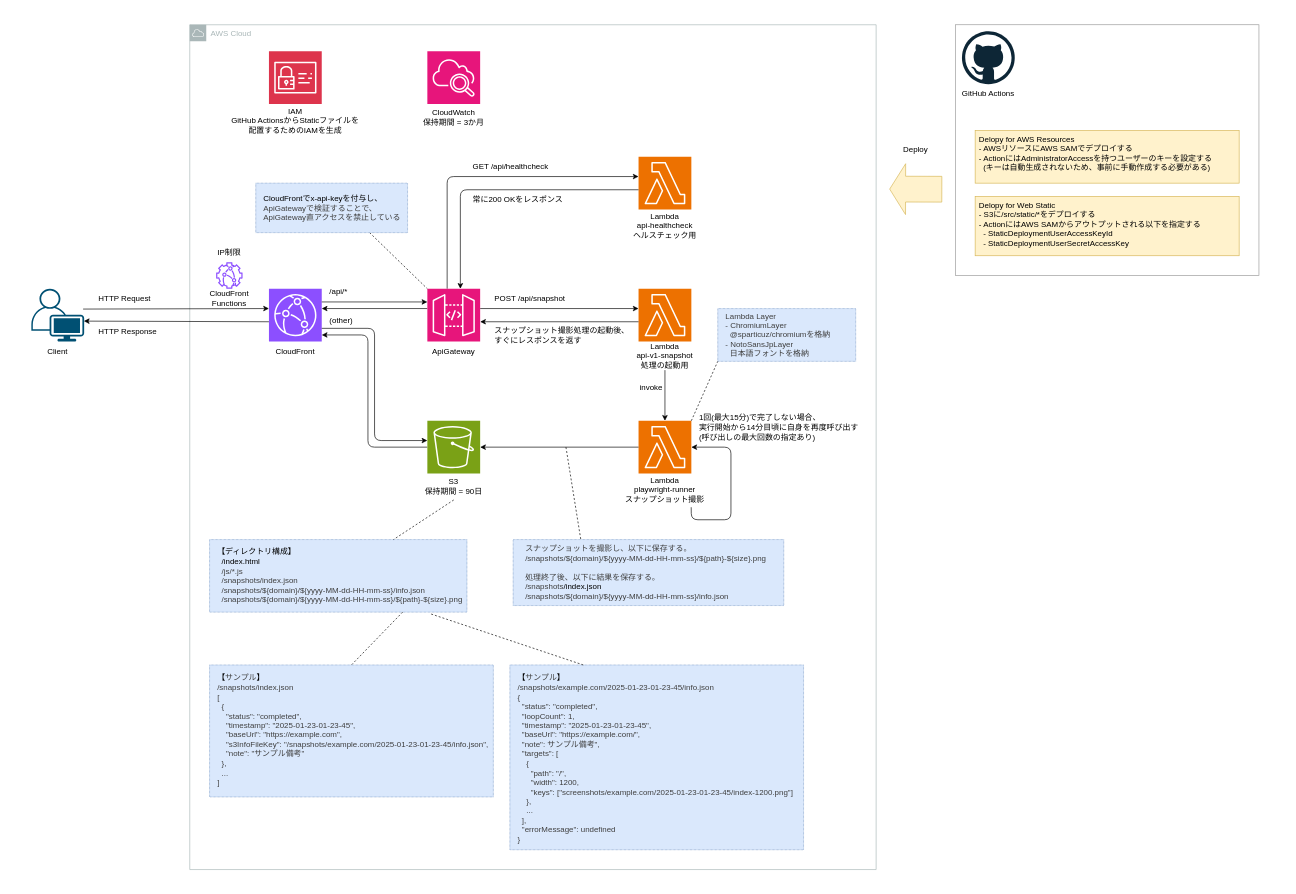
ljourm/lambda-sam-playwright-v2 keeps this draw.io diagram as docs/architecture.drawio. Above is the earlier version. Source tidied: cells renumbered, new cells numbered last; positions are measured from the earlier drawing's top-left corner, leaving out a move shared by most shapes. Both pictures are drawn from the tidied source at 66%, with x=0, y=0 at pixel (11, 11).
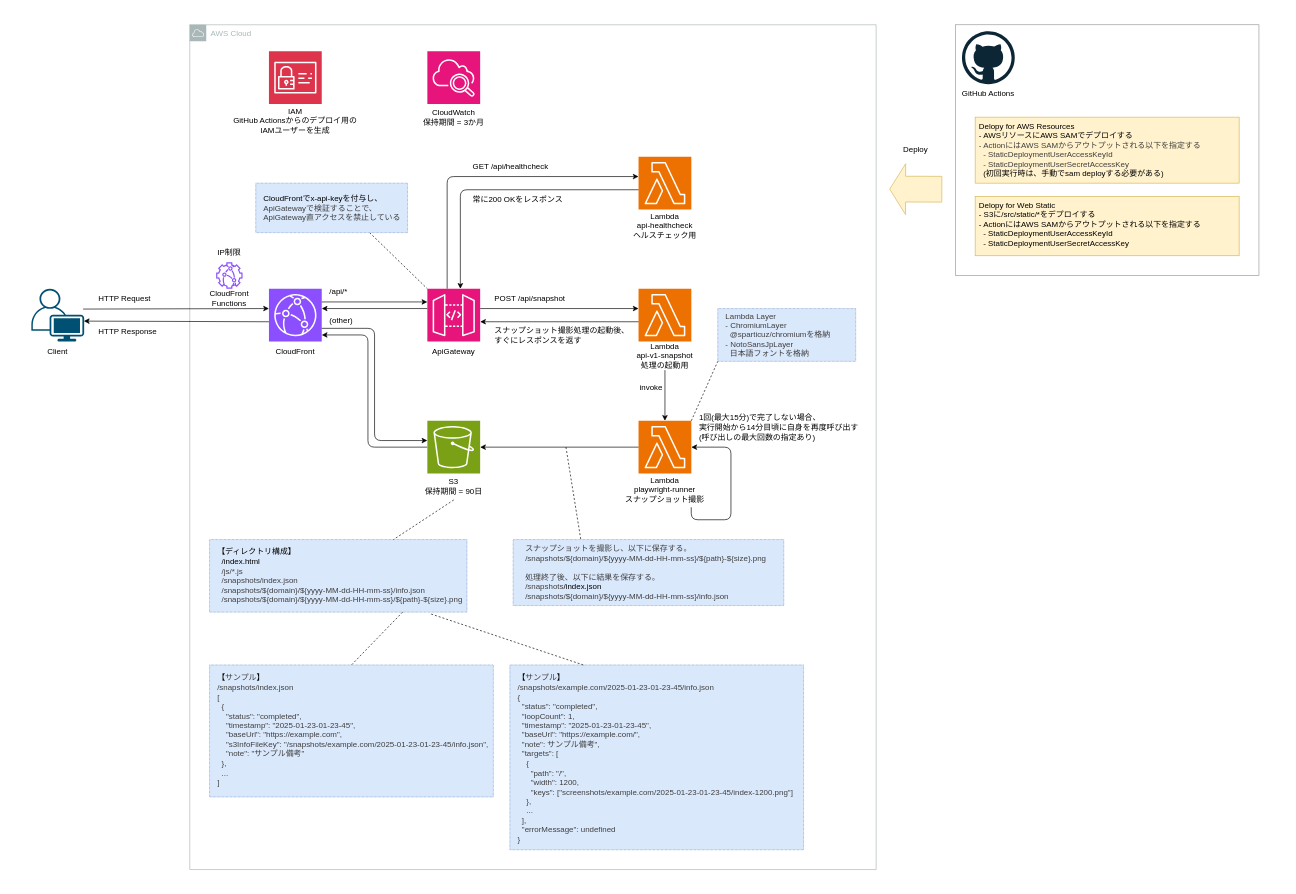
The same diagram, later.

The change refers to these unchanged cells:
```xml
<mxCell id="42" style="group;" parent="1" vertex="1">
  <mxGeometry x="390" y="60" width="140" height="130" as="geometry" />
</mxCell>
```

Diff of the diagram source:
```diff
@@
-    <mxCell id="44" value="&lt;span style=&quot;color: rgb(0, 0, 0);&quot;&gt;IAM&lt;/span&gt;&lt;div&gt;&lt;span style=&quot;color: rgb(0, 0, 0);&quot;&gt;GitHub ActionsからStaticファイルを配置するためのIAMを生成&lt;/span&gt;&lt;/div&gt;" style="text;html=1;align=center;verticalAlign=middle;whiteSpace=wrap;rounded=0;" parent="42" vertex="1">
+    <mxCell id="44" value="&lt;span style=&quot;color: rgb(0, 0, 0);&quot;&gt;IAM&lt;/span&gt;&lt;div&gt;&lt;span style=&quot;color: rgb(0, 0, 0);&quot;&gt;GitHub Actionsからのデプロイ用の&lt;/span&gt;&lt;/div&gt;&lt;div&gt;&lt;span style=&quot;background-color: transparent;&quot;&gt;IAMユーザーを生成&lt;/span&gt;&lt;/div&gt;" style="text;html=1;align=center;verticalAlign=middle;whiteSpace=wrap;rounded=0;" parent="42" vertex="1">
       <mxGeometry x="-60" y="80" width="200" height="50" as="geometry" />
     </mxCell>
@@
-    <mxCell id="71" value="Delopy for AWS Resources&lt;div&gt;- AWSリソースにAWS SAMでデプロイする&lt;/div&gt;&lt;div&gt;- ActionにはAdministratorAccessを持つユーザーのキーを設定する&lt;/div&gt;&lt;div&gt;&amp;nbsp; (キーは自動生成されないため、事前に手動作成する必要がある)&lt;/div&gt;" style="rounded=0;whiteSpace=wrap;html=1;align=left;verticalAlign=top;spacingLeft=4;fillColor=#fff2cc;strokeColor=#d6b656;" parent="1" vertex="1">
-      <mxGeometry x="1460" y="180" width="400" height="80" as="geometry" />
+    <mxCell id="71" value="Delopy for AWS Resources&lt;div&gt;- AWSリソースにAWS SAMでデプロイする&lt;/div&gt;&lt;div&gt;&lt;div style=&quot;color: rgb(63, 63, 63); scrollbar-color: rgb(226, 226, 226) rgb(251, 251, 251);&quot;&gt;- ActionにはAWS SAMからアウトプットされる以下を指定する&lt;/div&gt;&lt;div style=&quot;color: rgb(63, 63, 63); scrollbar-color: rgb(226, 226, 226) rgb(251, 251, 251);&quot;&gt;&amp;nbsp; -&amp;nbsp;&lt;span style=&quot;color: rgb(63, 63, 63); scrollbar-color: rgb(226, 226, 226) rgb(251, 251, 251); background-color: transparent;&quot;&gt;StaticDeploymentUserAccessKeyId&lt;/span&gt;&lt;/div&gt;&lt;div style=&quot;color: rgb(63, 63, 63); scrollbar-color: rgb(226, 226, 226) rgb(251, 251, 251);&quot;&gt;&amp;nbsp; - StaticDeploymentUserSecretAccessKey&lt;/div&gt;&lt;/div&gt;&lt;div&gt;&amp;nbsp; (初回実行時は、手動でsam deployする必要がある)&lt;/div&gt;" style="rounded=0;whiteSpace=wrap;html=1;align=left;verticalAlign=top;spacingLeft=4;fillColor=#fff2cc;strokeColor=#d6b656;" parent="1" vertex="1">
+      <mxGeometry x="1460" y="160" width="400" height="100" as="geometry" />
     </mxCell>
```
